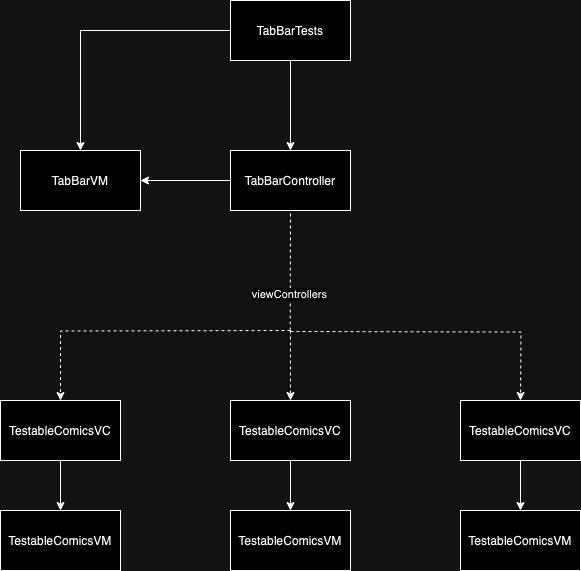
This is MarvelSampleTests/Tests/TabBarTests/TabBarTests.drawio.png from hiren9697/MavelSample, a draw.io export, as it was before one commit. Source tidied: cells renumbered, new cells last; positions are measured from the earlier drawing's top-left corner, leaving out a move shared by most shapes.
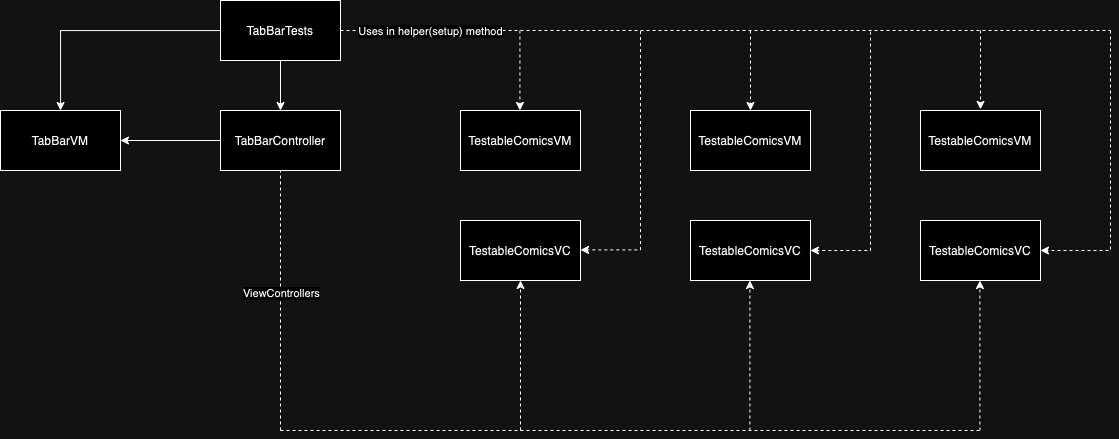
After the commit.

Change to the diagram source:
```diff
@@ -2,67 +2,33 @@
   <root>
     <mxCell id="0" />
     <mxCell id="1" parent="0" />
-    <mxCell id="2" style="edgeStyle=orthogonalEdgeStyle;rounded=0;jettySize=auto;html=1;dashed=1;" parent="1" edge="1" target="7">
-      <mxGeometry relative="1" as="geometry">
-        <mxPoint x="290" y="330" as="sourcePoint" />
-      </mxGeometry>
-    </mxCell>
     <mxCell id="3" value="TabBarController" style="rounded=0;whiteSpace=wrap;html=1;" parent="1" vertex="1">
-      <mxGeometry x="230" y="150" width="120" height="60" as="geometry" />
+      <mxGeometry x="1250" y="1780" width="120" height="60" as="geometry" />
     </mxCell>
     <mxCell id="4" value="TabBarVM" style="rounded=0;whiteSpace=wrap;html=1;" parent="1" vertex="1">
-      <mxGeometry x="20" y="150" width="120" height="60" as="geometry" />
+      <mxGeometry x="1030" y="1780" width="120" height="60" as="geometry" />
     </mxCell>
     <mxCell id="5" style="endArrow=classic;html=1;rounded=0;entryX=1;entryY=0.5;entryDx=0;entryDy=0;exitX=0;exitY=0.5;exitDx=0;exitDy=0;" parent="1" edge="1" source="3" target="4">
       <mxGeometry relative="1" as="geometry" />
     </mxCell>
-    <mxCell id="6" style="edgeStyle=orthogonalEdgeStyle;rounded=0;jettySize=auto;html=1;entryX=0.5;entryY=0;entryDx=0;entryDy=0;" parent="1" edge="1" source="7" target="8">
-      <mxGeometry relative="1" as="geometry" />
-    </mxCell>
-    <mxCell id="7" value="TestableComicsVC" style="rounded=0;whiteSpace=wrap;html=1;" parent="1" vertex="1">
-      <mxGeometry y="400" width="120" height="60" as="geometry" />
-    </mxCell>
-    <mxCell id="8" value="TestableComicsVM" style="rounded=0;whiteSpace=wrap;html=1;" parent="1" vertex="1">
-      <mxGeometry y="510" width="120" height="60" as="geometry" />
-    </mxCell>
-    <mxCell id="9" style="endArrow=none;html=1;rounded=0;dashed=1;" parent="1" edge="1">
-      <mxGeometry relative="1" as="geometry">
-        <mxPoint x="289.7" y="330" as="sourcePoint" />
-        <mxPoint x="290" y="210" as="targetPoint" />
-      </mxGeometry>
-    </mxCell>
-    <mxCell id="10" value="viewControllers" style="edgeLabel;html=1;align=center;verticalAlign=middle;" parent="9" vertex="1">
-      <mxGeometry x="-0.4" y="1" relative="1" as="geometry" />
-    </mxCell>
-    <mxCell id="11" style="edgeStyle=orthogonalEdgeStyle;rounded=0;jettySize=auto;html=1;entryX=0.5;entryY=0;entryDx=0;entryDy=0;" parent="1" edge="1" source="12" target="13">
-      <mxGeometry relative="1" as="geometry" />
-    </mxCell>
-    <mxCell id="12" value="TestableComicsVC" style="rounded=0;whiteSpace=wrap;html=1;" parent="1" vertex="1">
-      <mxGeometry x="230" y="400" width="120" height="60" as="geometry" />
-    </mxCell>
-    <mxCell id="13" value="TestableComicsVM" style="rounded=0;whiteSpace=wrap;html=1;" parent="1" vertex="1">
-      <mxGeometry x="230" y="510" width="120" height="60" as="geometry" />
-    </mxCell>
-    <mxCell id="14" style="edgeStyle=orthogonalEdgeStyle;rounded=0;jettySize=auto;html=1;entryX=0.5;entryY=0;entryDx=0;entryDy=0;" parent="1" edge="1" source="15" target="16">
-      <mxGeometry relative="1" as="geometry" />
-    </mxCell>
-    <mxCell id="15" value="TestableComicsVC" style="rounded=0;whiteSpace=wrap;html=1;" parent="1" vertex="1">
-      <mxGeometry x="460" y="400" width="120" height="60" as="geometry" />
-    </mxCell>
-    <mxCell id="16" value="TestableComicsVM" style="rounded=0;whiteSpace=wrap;html=1;" parent="1" vertex="1">
-      <mxGeometry x="460" y="510" width="120" height="60" as="geometry" />
-    </mxCell>
-    <mxCell id="17" style="endArrow=classic;html=1;rounded=0;entryX=0.5;entryY=0;entryDx=0;entryDy=0;dashed=1;" parent="1" edge="1" target="12">
-      <mxGeometry relative="1" as="geometry">
-        <mxPoint x="290" y="330" as="sourcePoint" />
-      </mxGeometry>
-    </mxCell>
-    <mxCell id="18" style="edgeStyle=orthogonalEdgeStyle;rounded=0;orthogonalLoop=1;jettySize=auto;html=1;dashed=1;" parent="1" edge="1">
-      <mxGeometry relative="1" as="geometry">
-        <mxPoint x="290" y="331" as="sourcePoint" />
-        <mxPoint x="520" y="400" as="targetPoint" />
-      </mxGeometry>
-    </mxCell>
+    <mxCell id="22" value="TestableComicsVC" style="rounded=0;whiteSpace=wrap;html=1;" parent="1" vertex="1">
+      <mxGeometry x="1490" y="1890" width="120" height="60" as="geometry" />
+    </mxCell>
+    <mxCell id="23" value="TestableComicsVM" style="rounded=0;whiteSpace=wrap;html=1;" parent="1" vertex="1">
+      <mxGeometry x="1490" y="1780" width="120" height="60" as="geometry" />
+    </mxCell>
+    <mxCell id="24" value="TestableComicsVC" style="rounded=0;whiteSpace=wrap;html=1;" parent="1" vertex="1">
+      <mxGeometry x="1720" y="1890" width="120" height="60" as="geometry" />
+    </mxCell>
+    <mxCell id="25" value="TestableComicsVM" style="rounded=0;whiteSpace=wrap;html=1;" parent="1" vertex="1">
+      <mxGeometry x="1720" y="1780" width="120" height="60" as="geometry" />
+    </mxCell>
+    <mxCell id="26" value="TestableComicsVC" style="rounded=0;whiteSpace=wrap;html=1;" parent="1" vertex="1">
+      <mxGeometry x="1950" y="1890" width="120" height="60" as="geometry" />
+    </mxCell>
+    <mxCell id="27" value="TestableComicsVM" style="rounded=0;whiteSpace=wrap;html=1;" parent="1" vertex="1">
+      <mxGeometry x="1950" y="1780" width="120" height="60" as="geometry" />
+    </mxCell>
     <mxCell id="19" style="edgeStyle=orthogonalEdgeStyle;rounded=0;jettySize=auto;html=1;entryX=0.5;entryY=0;entryDx=0;entryDy=0;" parent="1" edge="1" source="21" target="3">
       <mxGeometry relative="1" as="geometry" />
     </mxCell>
@@ -70,7 +36,93 @@
       <mxGeometry relative="1" as="geometry" />
     </mxCell>
     <mxCell id="21" value="TabBarTests" style="rounded=0;whiteSpace=wrap;html=1;" parent="1" vertex="1">
-      <mxGeometry x="230" width="120" height="60" as="geometry" />
+      <mxGeometry x="1250" y="1670" width="120" height="60" as="geometry" />
     </mxCell>
+    <mxCell id="28" style="endArrow=none;dashed=1;html=1;rounded=0;" parent="1" edge="1">
+      <mxGeometry relative="1" as="geometry">
+        <mxPoint x="1310" y="2100" as="sourcePoint" />
+        <mxPoint x="1310" y="1840" as="targetPoint" />
+      </mxGeometry>
+    </mxCell>
+    <mxCell id="29" value="ViewControllers" style="edgeLabel;html=1;align=center;verticalAlign=middle;" parent="28" vertex="1">
+      <mxGeometry x="0.06" relative="1" as="geometry" />
+    </mxCell>
+    <mxCell id="30" style="endArrow=none;dashed=1;html=1;rounded=0;" parent="1" edge="1">
+      <mxGeometry relative="1" as="geometry">
+        <mxPoint x="1310" y="2100" as="sourcePoint" />
+        <mxPoint x="2010" y="2100" as="targetPoint" />
+      </mxGeometry>
+    </mxCell>
+    <mxCell id="31" style="endArrow=classic;html=1;rounded=0;dashed=1;" parent="1" edge="1">
+      <mxGeometry relative="1" as="geometry">
+        <mxPoint x="1550" y="2100" as="sourcePoint" />
+        <mxPoint x="1550" y="1950" as="targetPoint" />
+      </mxGeometry>
+    </mxCell>
+    <mxCell id="32" style="endArrow=classic;html=1;rounded=0;dashed=1;" parent="1" edge="1">
+      <mxGeometry relative="1" as="geometry">
+        <mxPoint x="1779.4" y="2100" as="sourcePoint" />
+        <mxPoint x="1779.4" y="1950" as="targetPoint" />
+      </mxGeometry>
+    </mxCell>
+    <mxCell id="33" style="endArrow=classic;html=1;rounded=0;dashed=1;" parent="1" edge="1">
+      <mxGeometry relative="1" as="geometry">
+        <mxPoint x="2009.4" y="2100" as="sourcePoint" />
+        <mxPoint x="2009.4" y="1950" as="targetPoint" />
+      </mxGeometry>
+    </mxCell>
+    <mxCell id="34" style="endArrow=none;dashed=1;html=1;rounded=0;" parent="1" edge="1">
+      <mxGeometry relative="1" as="geometry">
+        <mxPoint x="1370" y="1700" as="sourcePoint" />
+        <mxPoint x="2140" y="1700" as="targetPoint" />
+      </mxGeometry>
+    </mxCell>
+    <mxCell id="35" value="Uses in helper(setup) method" style="edgeLabel;html=1;align=center;verticalAlign=middle;" parent="34" vertex="1">
+      <mxGeometry x="-0.87" y="-4" relative="1" as="geometry">
+        <mxPoint x="38" y="-4" as="offset" />
+      </mxGeometry>
+    </mxCell>
+    <mxCell id="36" style="endArrow=classic;html=1;rounded=0;entryX=1;entryY=0.5;entryDx=0;entryDy=0;dashed=1;" parent="1" edge="1">
+      <mxGeometry relative="1" as="geometry">
+        <mxPoint x="2010" y="1700" as="sourcePoint" />
+        <mxPoint x="2010" y="1778.8" as="targetPoint" />
+      </mxGeometry>
+    </mxCell>
+    <mxCell id="37" style="endArrow=classic;html=1;rounded=0;entryX=1;entryY=0.5;entryDx=0;entryDy=0;dashed=1;" parent="1" edge="1" target="24">
+      <mxGeometry relative="1" as="geometry">
+        <mxPoint x="1900" y="1701.2" as="sourcePoint" />
+        <Array as="points">
+          <mxPoint x="1900" y="1920" />
+        </Array>
+      </mxGeometry>
+    </mxCell>
+    <mxCell id="38" style="endArrow=classic;html=1;rounded=0;entryX=1;entryY=0.5;entryDx=0;entryDy=0;dashed=1;" parent="1" edge="1" target="26">
+      <mxGeometry relative="1" as="geometry">
+        <mxPoint x="2140" y="1700" as="sourcePoint" />
+        <Array as="points">
+          <mxPoint x="2140" y="1920" />
+        </Array>
+      </mxGeometry>
+    </mxCell>
+    <mxCell id="39" style="endArrow=classic;html=1;rounded=0;entryX=0.5;entryY=0;entryDx=0;entryDy=0;dashed=1;" parent="1" edge="1" target="25">
+      <mxGeometry relative="1" as="geometry">
+        <mxPoint x="1780" y="1700" as="sourcePoint" />
+      </mxGeometry>
+    </mxCell>
+    <mxCell id="40" style="endArrow=classic;html=1;rounded=0;entryX=1;entryY=0.5;entryDx=0;entryDy=0;dashed=1;" parent="1" edge="1">
+      <mxGeometry relative="1" as="geometry">
+        <mxPoint x="1670" y="1700.6" as="sourcePoint" />
+        <mxPoint x="1610" y="1919.4" as="targetPoint" />
+        <Array as="points">
+          <mxPoint x="1670" y="1919.4" />
+        </Array>
+      </mxGeometry>
+    </mxCell>
+    <mxCell id="41" style="endArrow=classic;html=1;rounded=0;entryX=0.5;entryY=0;entryDx=0;entryDy=0;dashed=1;" parent="1" edge="1">
+      <mxGeometry relative="1" as="geometry">
+        <mxPoint x="1549.4" y="1700" as="sourcePoint" />
+        <mxPoint x="1549.4" y="1780" as="targetPoint" />
+      </mxGeometry>
+    </mxCell>
   </root>
 </mxGraphModel>
```
